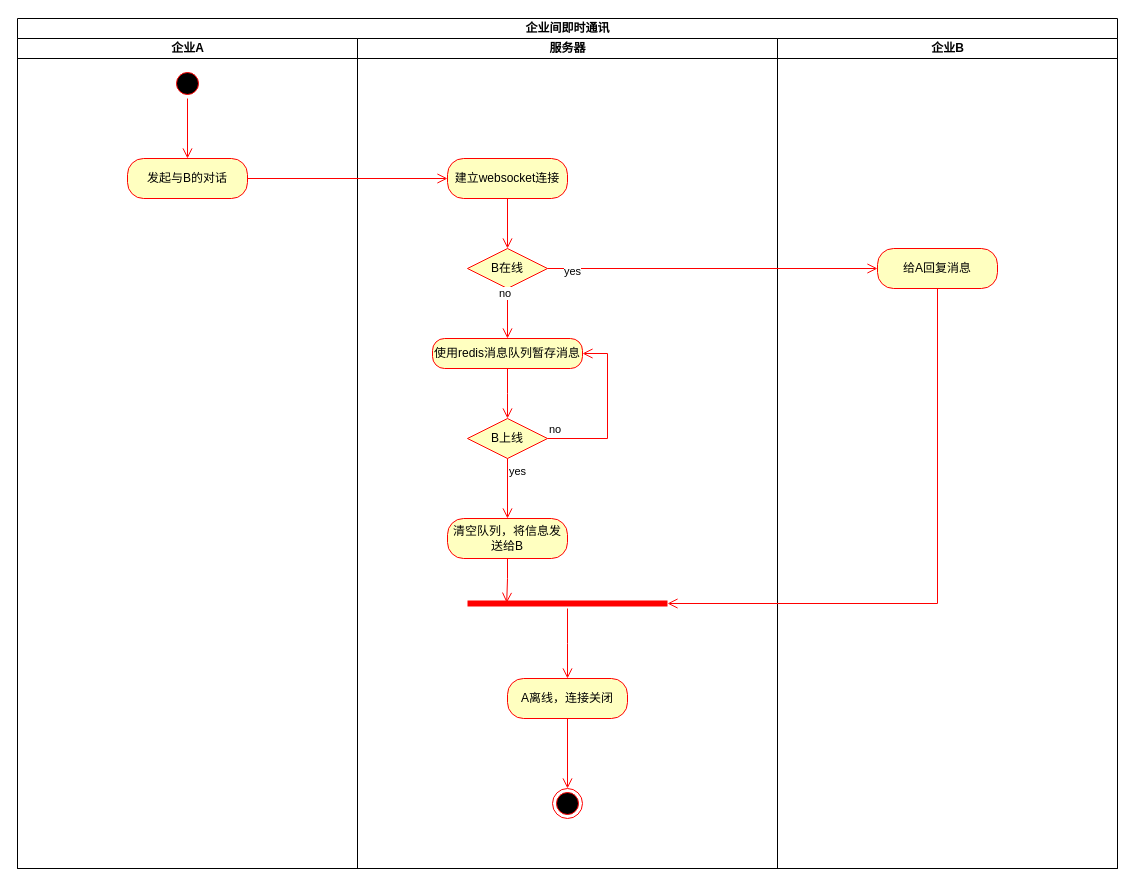
Above: page "即时通讯" (4 of 9) of 毕设/活动图.drawio in 2919282119/charts (draw.io), before the change. Source tidied: cells renumbered, new cells numbered last; positions are measured from the earlier drawing's top-left corner, leaving out a move shared by most shapes. Both pictures are drawn from the tidied source at 100%, with x=0, y=0 at pixel (17, 18).
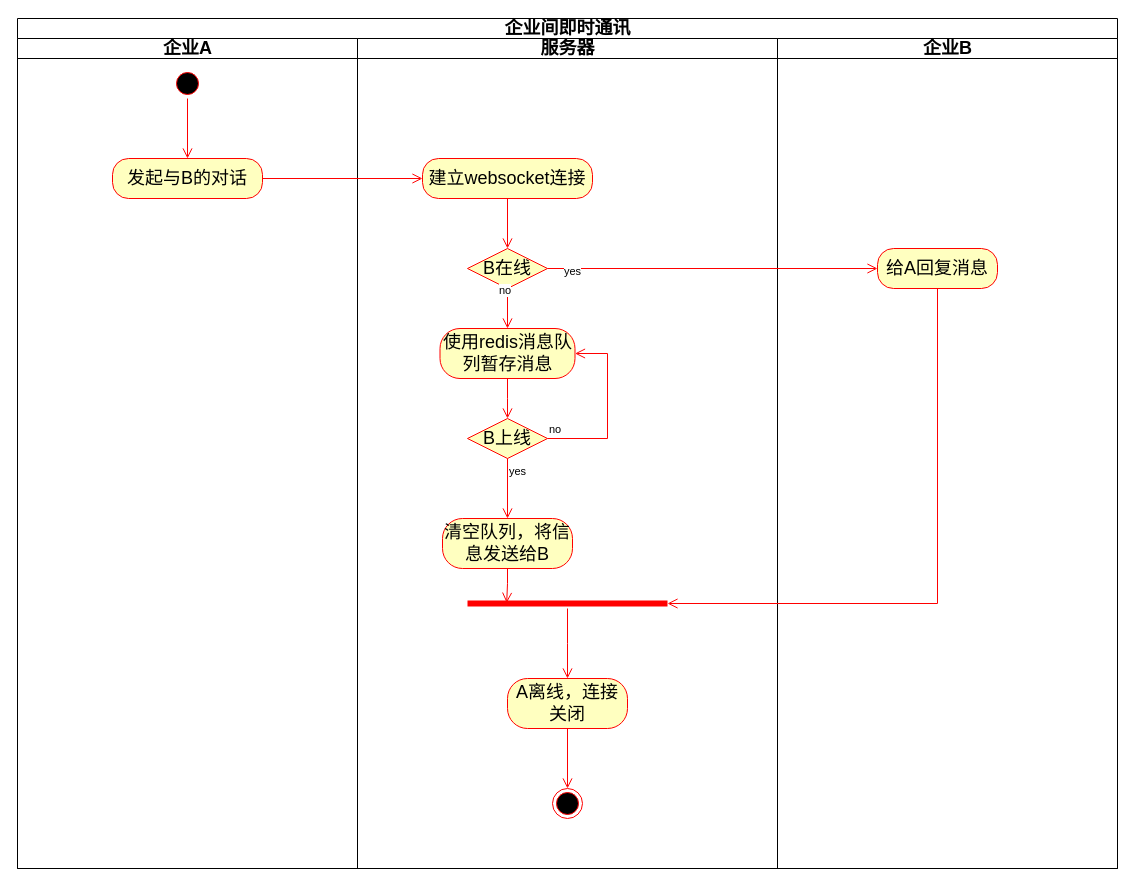
The same page after the edit.

Diff of the diagram source:
```diff
@@
-    <mxCell id="2" value="企业间即时通讯" style="swimlane;startSize=20;html=1;" parent="1" vertex="1">
+    <mxCell id="2" value="&lt;font style=&quot;font-size: 18px;&quot;&gt;企业间即时通讯&lt;/font&gt;" style="swimlane;startSize=20;html=1;" parent="1" vertex="1">
       <mxGeometry width="1100" height="850" as="geometry" />
     </mxCell>
-    <mxCell id="3" value="企业A" style="swimlane;startSize=20;html=1;" parent="2" vertex="1">
+    <mxCell id="3" value="&lt;font style=&quot;font-size: 18px;&quot;&gt;企业A&lt;/font&gt;" style="swimlane;startSize=20;html=1;" parent="2" vertex="1">
       <mxGeometry y="20" width="340" height="830" as="geometry" />
     </mxCell>
@@
-    <mxCell id="6" value="发起与B的对话" style="rounded=1;whiteSpace=wrap;html=1;arcSize=40;fontColor=#000000;fillColor=#ffffc0;strokeColor=#ff0000;" parent="3" vertex="1">
-      <mxGeometry x="110" y="120" width="120" height="40" as="geometry" />
+    <mxCell id="6" value="&lt;font style=&quot;font-size: 18px;&quot;&gt;发起与B的对话&lt;/font&gt;" style="rounded=1;whiteSpace=wrap;html=1;arcSize=40;fontColor=#000000;fillColor=#ffffc0;strokeColor=#ff0000;" parent="3" vertex="1">
+      <mxGeometry x="95" y="120" width="150" height="40" as="geometry" />
     </mxCell>
-    <mxCell id="7" value="服务器" style="swimlane;startSize=20;html=1;" parent="2" vertex="1">
+    <mxCell id="7" value="&lt;font style=&quot;font-size: 18px;&quot;&gt;服务器&lt;/font&gt;" style="swimlane;startSize=20;html=1;" parent="2" vertex="1">
       <mxGeometry x="340" y="20" width="420" height="830" as="geometry" />
     </mxCell>
-    <mxCell id="8" value="建立websocket连接" style="rounded=1;whiteSpace=wrap;html=1;arcSize=40;fontColor=#000000;fillColor=#ffffc0;strokeColor=#ff0000;" parent="7" vertex="1">
-      <mxGeometry x="90" y="120" width="120" height="40" as="geometry" />
+    <mxCell id="8" value="&lt;font style=&quot;font-size: 18px;&quot;&gt;建立websocket连接&lt;/font&gt;" style="rounded=1;whiteSpace=wrap;html=1;arcSize=40;fontColor=#000000;fillColor=#ffffc0;strokeColor=#ff0000;" parent="7" vertex="1">
+      <mxGeometry x="65" y="120" width="170" height="40" as="geometry" />
     </mxCell>
@@
-    <mxCell id="10" value="B在线" style="rhombus;whiteSpace=wrap;html=1;fontColor=#000000;fillColor=#ffffc0;strokeColor=#ff0000;" parent="7" vertex="1">
+    <mxCell id="10" value="&lt;font style=&quot;font-size: 18px;&quot;&gt;B在线&lt;/font&gt;" style="rhombus;whiteSpace=wrap;html=1;fontColor=#000000;fillColor=#ffffc0;strokeColor=#ff0000;" parent="7" vertex="1">
       <mxGeometry x="110" y="210" width="80" height="40" as="geometry" />
     </mxCell>
@@
-    <mxCell id="12" value="使用redis消息队列暂存消息" style="rounded=1;whiteSpace=wrap;html=1;arcSize=40;fontColor=#000000;fillColor=#ffffc0;strokeColor=#ff0000;" parent="7" vertex="1">
-      <mxGeometry x="75" y="300" width="150" height="30" as="geometry" />
+    <mxCell id="12" value="&lt;font style=&quot;font-size: 18px;&quot;&gt;使用redis消息队列暂存消息&lt;/font&gt;" style="rounded=1;whiteSpace=wrap;html=1;arcSize=40;fontColor=#000000;fillColor=#ffffc0;strokeColor=#ff0000;" parent="7" vertex="1">
+      <mxGeometry x="82.5" y="290" width="135" height="50" as="geometry" />
     </mxCell>
@@
-    <mxCell id="14" value="B上线" style="rhombus;whiteSpace=wrap;html=1;fontColor=#000000;fillColor=#ffffc0;strokeColor=#ff0000;" parent="7" vertex="1">
+    <mxCell id="14" value="&lt;font style=&quot;font-size: 18px;&quot;&gt;B上线&lt;/font&gt;" style="rhombus;whiteSpace=wrap;html=1;fontColor=#000000;fillColor=#ffffc0;strokeColor=#ff0000;" parent="7" vertex="1">
       <mxGeometry x="110" y="380" width="80" height="40" as="geometry" />
     </mxCell>
@@
-    <mxCell id="17" value="清空队列，将信息发送给B" style="rounded=1;whiteSpace=wrap;html=1;arcSize=40;fontColor=#000000;fillColor=#ffffc0;strokeColor=#ff0000;" parent="7" vertex="1">
-      <mxGeometry x="90" y="480" width="120" height="40" as="geometry" />
+    <mxCell id="17" value="&lt;font style=&quot;font-size: 18px;&quot;&gt;清空队列，将信息发送给B&lt;/font&gt;" style="rounded=1;whiteSpace=wrap;html=1;arcSize=40;fontColor=#000000;fillColor=#ffffc0;strokeColor=#ff0000;" parent="7" vertex="1">
+      <mxGeometry x="85" y="480" width="130" height="50" as="geometry" />
     </mxCell>
@@
-    <mxCell id="21" value="A离线，连接关闭" style="rounded=1;whiteSpace=wrap;html=1;arcSize=40;fontColor=#000000;fillColor=#ffffc0;strokeColor=#ff0000;" parent="7" vertex="1">
-      <mxGeometry x="150" y="640" width="120" height="40" as="geometry" />
+    <mxCell id="21" value="&lt;font style=&quot;font-size: 18px;&quot;&gt;A离线，连接关闭&lt;/font&gt;" style="rounded=1;whiteSpace=wrap;html=1;arcSize=40;fontColor=#000000;fillColor=#ffffc0;strokeColor=#ff0000;" parent="7" vertex="1">
+      <mxGeometry x="150" y="640" width="120" height="50" as="geometry" />
     </mxCell>
@@
-    <mxCell id="24" value="企业B" style="swimlane;startSize=20;html=1;" parent="2" vertex="1">
+    <mxCell id="24" value="&lt;font style=&quot;font-size: 18px;&quot;&gt;企业B&lt;/font&gt;" style="swimlane;startSize=20;html=1;" parent="2" vertex="1">
       <mxGeometry x="760" y="20" width="340" height="830" as="geometry" />
     </mxCell>
-    <mxCell id="25" value="给A回复消息" style="rounded=1;whiteSpace=wrap;html=1;arcSize=40;fontColor=#000000;fillColor=#ffffc0;strokeColor=#ff0000;" parent="24" vertex="1">
+    <mxCell id="25" value="&lt;font style=&quot;font-size: 18px;&quot;&gt;给A回复消息&lt;/font&gt;" style="rounded=1;whiteSpace=wrap;html=1;arcSize=40;fontColor=#000000;fillColor=#ffffc0;strokeColor=#ff0000;" parent="24" vertex="1">
       <mxGeometry x="100" y="210" width="120" height="40" as="geometry" />
     </mxCell>
```
